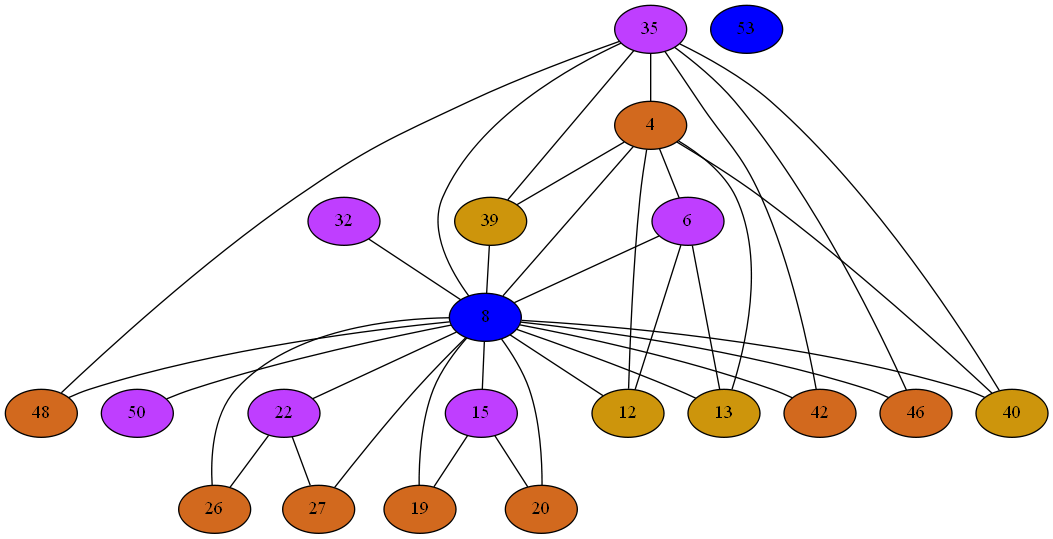
The Graphviz diagram Compiler/9iGraph.png in mbajaj92/Project-Astoria, before a commit. Its source is kept beside it as Compiler/9iGraph.dot.
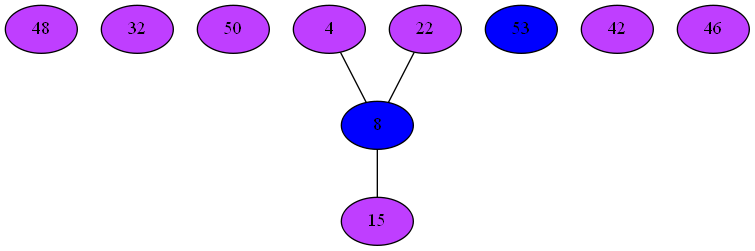
After the change.

Diff of the diagram source:
```diff
@@ -1,92 +1,18 @@
 strict graph {
+48[label="48" style=filled fillcolor="darkorchid1"];
 32[label="32" style=filled fillcolor="darkorchid1"];
-32 -- 8
-35[label="35" style=filled fillcolor="darkorchid1"];
-35 -- 48
-35 -- 4
-35 -- 39
-35 -- 40
-35 -- 8
-35 -- 42
-35 -- 46
-4[label="4" style=filled fillcolor="chocolate"];
-4 -- 35
-4 -- 6
-4 -- 39
-4 -- 40
+50[label="50" style=filled fillcolor="darkorchid1"];
+4[label="4" style=filled fillcolor="darkorchid1"];
 4 -- 8
-4 -- 12
-4 -- 13
-6[label="6" style=filled fillcolor="darkorchid1"];
-6 -- 4
-6 -- 8
-6 -- 12
-6 -- 13
-39[label="39" style=filled fillcolor="darkgoldenrod3"];
-39 -- 35
-39 -- 4
-39 -- 8
-8[label="8" style=filled fillcolor="blue1"];
-8 -- 32
-8 -- 35
-8 -- 4
-8 -- 6
-8 -- 39
-8 -- 40
-8 -- 42
-8 -- 12
-8 -- 13
-8 -- 46
-8 -- 15
-8 -- 48
-8 -- 50
-8 -- 19
-8 -- 20
-8 -- 22
-8 -- 26
-8 -- 27
-40[label="40" style=filled fillcolor="darkgoldenrod3"];
-40 -- 35
-40 -- 4
-40 -- 8
-42[label="42" style=filled fillcolor="chocolate"];
-42 -- 35
-42 -- 8
-12[label="12" style=filled fillcolor="darkgoldenrod3"];
-12 -- 4
-12 -- 6
-12 -- 8
-13[label="13" style=filled fillcolor="darkgoldenrod3"];
-13 -- 4
-13 -- 6
-13 -- 8
-46[label="46" style=filled fillcolor="chocolate"];
-46 -- 35
-46 -- 8
-15[label="15" style=filled fillcolor="darkorchid1"];
-15 -- 19
-15 -- 20
-15 -- 8
-48[label="48" style=filled fillcolor="chocolate"];
-48 -- 35
-48 -- 8
-50[label="50" style=filled fillcolor="darkorchid1"];
-50 -- 8
-19[label="19" style=filled fillcolor="chocolate"];
-19 -- 8
-19 -- 15
-20[label="20" style=filled fillcolor="chocolate"];
-20 -- 8
-20 -- 15
 53[label="53" style=filled fillcolor="blue1"];
 22[label="22" style=filled fillcolor="darkorchid1"];
 22 -- 8
-22 -- 26
-22 -- 27
-26[label="26" style=filled fillcolor="chocolate"];
-26 -- 22
-26 -- 8
-27[label="27" style=filled fillcolor="chocolate"];
-27 -- 22
-27 -- 8
+8[label="8" style=filled fillcolor="blue1"];
+8 -- 4
+8 -- 22
+8 -- 15
+42[label="42" style=filled fillcolor="darkorchid1"];
+46[label="46" style=filled fillcolor="darkorchid1"];
+15[label="15" style=filled fillcolor="darkorchid1"];
+15 -- 8
 }
```
